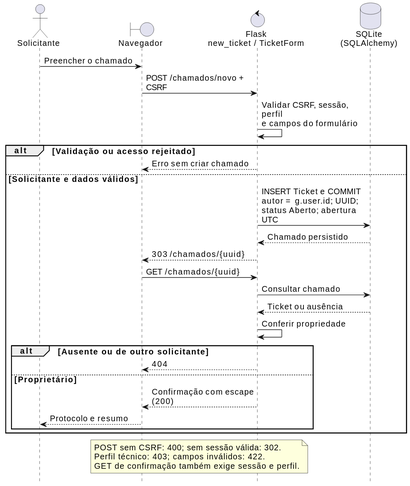
Before: docs/diagrams/entrega-open-ticket.svg, a diagram exported from PlantUML (Lfijho/chamadosLES). The source it was exported from:
```plantuml
@startuml
skinparam backgroundColor #FFFFFF
skinparam shadowing false
skinparam defaultFontName SansSerif
skinparam defaultFontSize 14
hide footbox
skinparam ParticipantPadding 10
skinparam BoxPadding 6
skinparam maxMessageSize 180
actor "Solicitante" as U
boundary "Navegador" as B
control "Flask\nnew_ticket / TicketForm" as F
database "SQLite\n(SQLAlchemy)" as D
U -> B : Preencher o chamado
B -> F : POST /chamados/novo + CSRF
F -> F : Validar CSRF, sessão, perfil\ne campos do formulário
alt Validação ou acesso rejeitado
  F --> B : Erro sem criar chamado
else Solicitante e dados válidos
  F -> D : INSERT Ticket e COMMIT\nautor = g.user.id; UUID;\nstatus Aberto; abertura UTC
  D --> F : Chamado persistido
  F --> B : 303 /chamados/{uuid}
  B -> F : GET /chamados/{uuid}
  F -> D : Consultar chamado
  D --> F : Ticket ou ausência
  F -> F : Conferir propriedade
  alt Ausente ou de outro solicitante
    F --> B : 404
  else Proprietário
    F --> B : Confirmação com escape (200)
    B --> U : Protocolo e resumo
  end
end
note over B,F
  POST sem CSRF: 400; sem sessão válida: 302.
  Perfil técnico: 403; campos inválidos: 422.
  GET de confirmação também exige sessão e perfil.
end note
@enduml
```
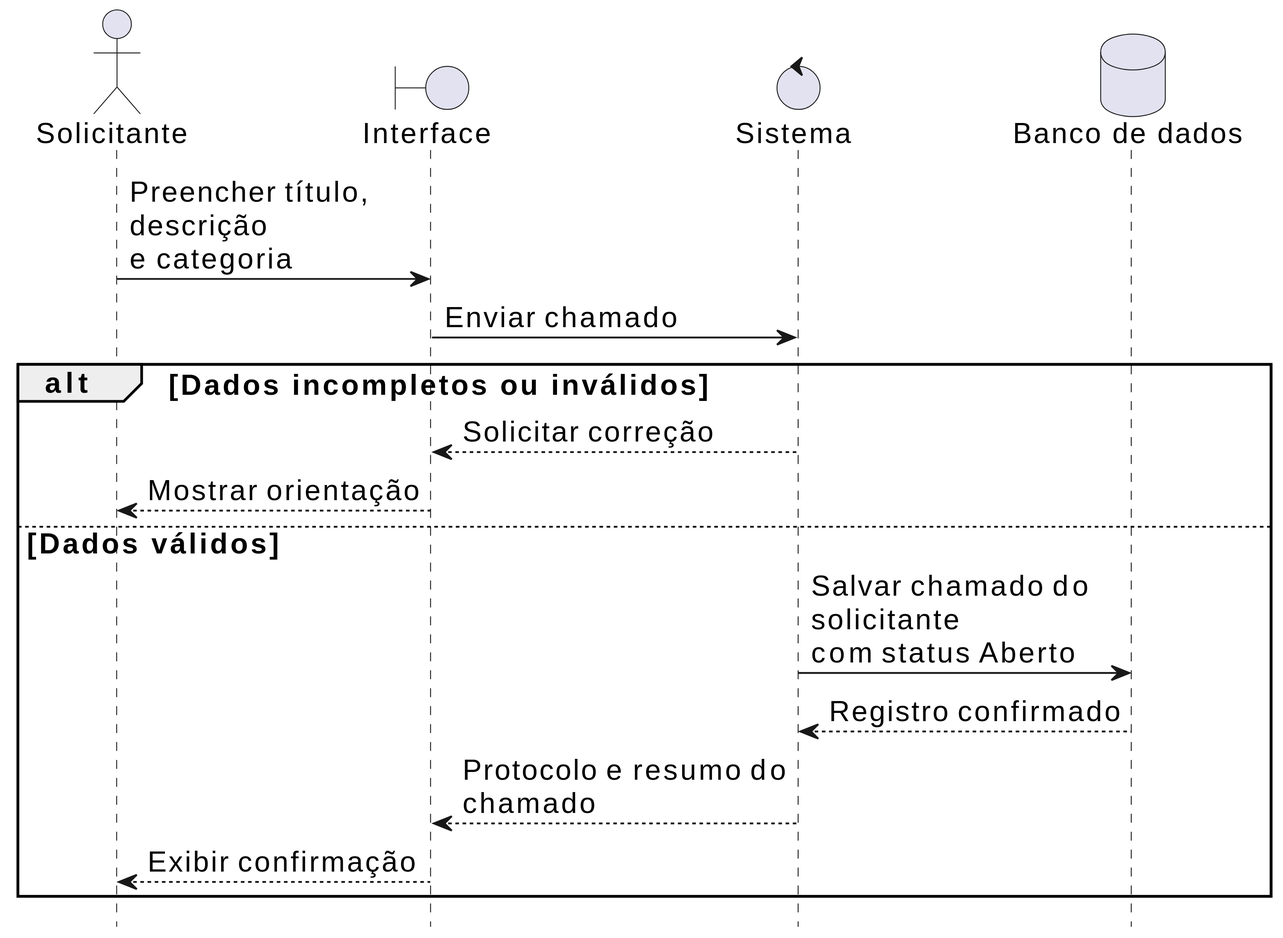
After the commit.

What changed in the source:
```diff
@@ -1,39 +1,25 @@
 @startuml
+hide footbox
 skinparam backgroundColor #FFFFFF
 skinparam shadowing false
+skinparam dpi 300
 skinparam defaultFontName SansSerif
-skinparam defaultFontSize 14
-hide footbox
-skinparam ParticipantPadding 10
-skinparam BoxPadding 6
-skinparam maxMessageSize 180
+skinparam defaultFontSize 16
+skinparam ParticipantPadding 12
+skinparam maxMessageSize 210
 actor "Solicitante" as U
-boundary "Navegador" as B
-control "Flask\nnew_ticket / TicketForm" as F
-database "SQLite\n(SQLAlchemy)" as D
-U -> B : Preencher o chamado
-B -> F : POST /chamados/novo + CSRF
-F -> F : Validar CSRF, sessão, perfil\ne campos do formulário
-alt Validação ou acesso rejeitado
-  F --> B : Erro sem criar chamado
-else Solicitante e dados válidos
-  F -> D : INSERT Ticket e COMMIT\nautor = g.user.id; UUID;\nstatus Aberto; abertura UTC
-  D --> F : Chamado persistido
-  F --> B : 303 /chamados/{uuid}
-  B -> F : GET /chamados/{uuid}
-  F -> D : Consultar chamado
-  D --> F : Ticket ou ausência
-  F -> F : Conferir propriedade
-  alt Ausente ou de outro solicitante
-    F --> B : 404
-  else Proprietário
-    F --> B : Confirmação com escape (200)
-    B --> U : Protocolo e resumo
-  end
+boundary "Interface" as I
+control "Sistema" as S
+database "Banco de dados" as B
+U -> I : Preencher título, descrição\ne categoria
+I -> S : Enviar chamado
+alt Dados incompletos ou inválidos
+  S --> I : Solicitar correção
+  I --> U : Mostrar orientação
+else Dados válidos
+  S -> B : Salvar chamado do solicitante\ncom status Aberto
+  B --> S : Registro confirmado
+  S --> I : Protocolo e resumo do chamado
+  I --> U : Exibir confirmação
 end
-note over B,F
-  POST sem CSRF: 400; sem sessão válida: 302.
-  Perfil técnico: 403; campos inválidos: 422.
-  GET de confirmação também exige sessão e perfil.
-end note
 @enduml
```
